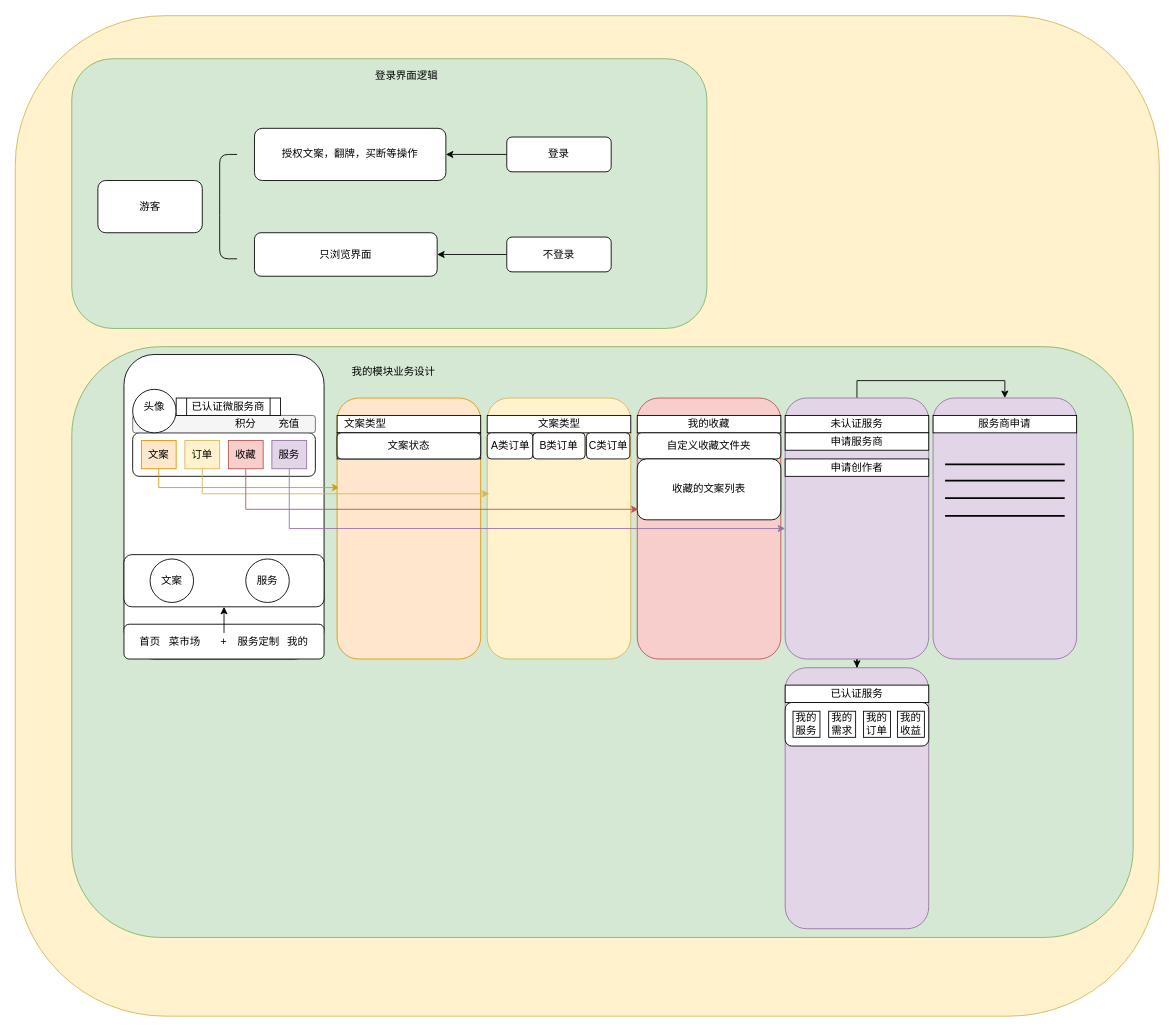
The draw.io diagram Untitled Diagram.drawio in Raox1ngj1ng/mydraw, before the edit. Source tidied: cells renumbered, new cells numbered last; positions are measured from the earlier drawing's top-left corner, leaving out a move shared by most shapes. Both pictures are drawn from the tidied source at 87%, with x=0, y=0 at pixel (15, 15).
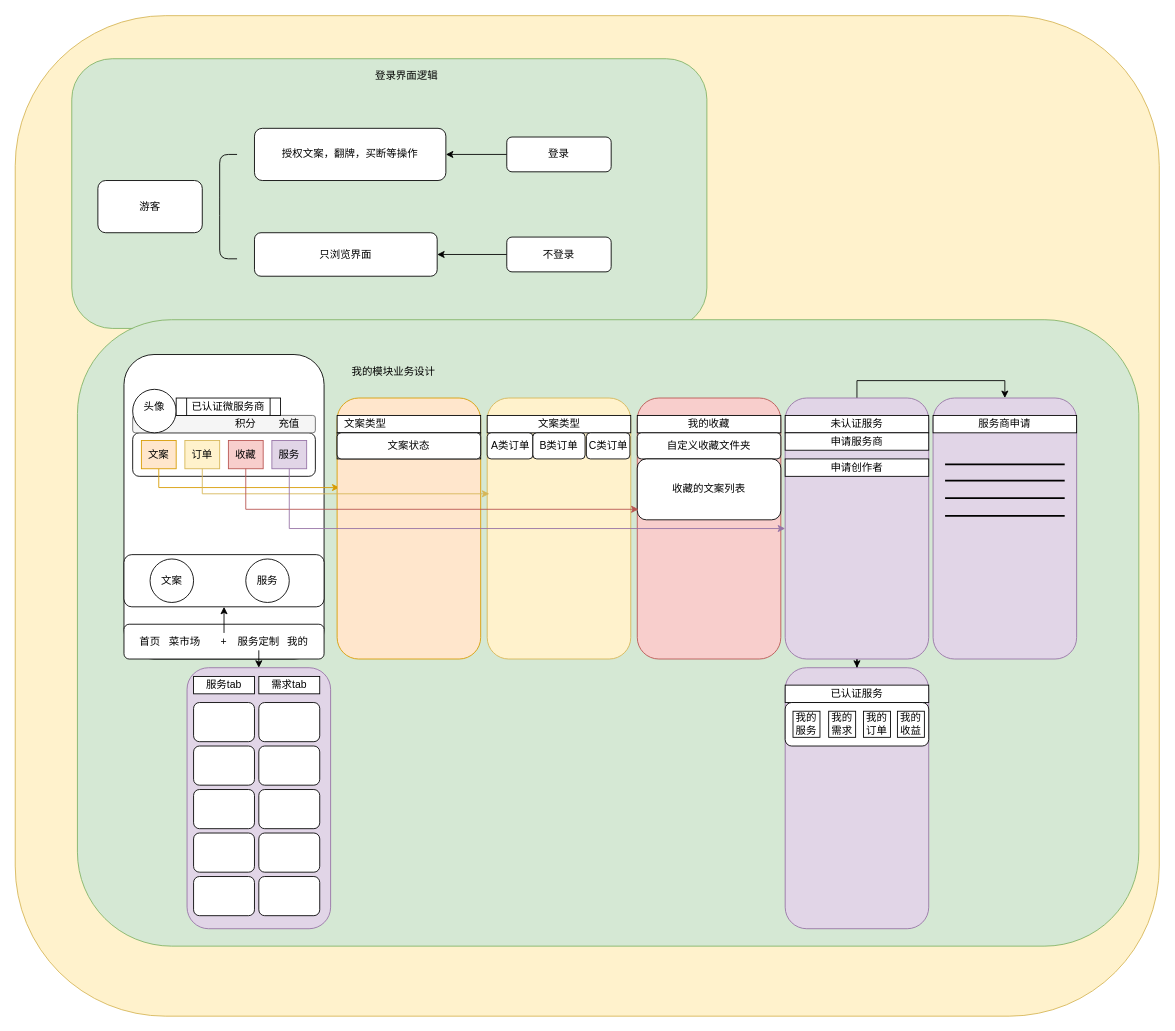
After the change.

The change refers to these unchanged cells:
```xml
<mxCell id="40" value="服务定制" style="text;html=1;strokeColor=none;fillColor=none;align=center;verticalAlign=middle;whiteSpace=wrap;rounded=0;" parent="1" vertex="1">
  <mxGeometry x="255" y="710" width="50" height="20" as="geometry" />
</mxCell>
```

Change to the diagram source:
```diff
@@
     <mxCell id="13" style="rounded=1;whiteSpace=wrap;html=1;strokeWidth=1;fillColor=#d5e8d4;strokeColor=#82b366;" parent="1" vertex="1">
-      <mxGeometry x="65" y="381" width="1220" height="679" as="geometry" />
+      <mxGeometry x="71.5" y="350" width="1220" height="720" as="geometry" />
     </mxCell>
@@
+    <mxCell id="77" style="edgeStyle=orthogonalEdgeStyle;rounded=0;jettySize=auto;html=1;exitX=0.5;exitY=1;exitDx=0;exitDy=0;entryX=0.5;entryY=0;entryDx=0;entryDy=0;" parent="1" edge="1" source="40" target="78">
+      <mxGeometry relative="1" as="geometry" />
+    </mxCell>
@@
+    <mxCell id="78" style="rounded=1;whiteSpace=wrap;html=1;strokeWidth=1;fillColor=#e1d5e7;strokeColor=#9673a6;" parent="1" vertex="1">
+      <mxGeometry x="197.5" y="750" width="165" height="300" as="geometry" />
+    </mxCell>
+    <mxCell id="79" value="服务tab" style="rounded=0;whiteSpace=wrap;html=1;" parent="1" vertex="1">
+      <mxGeometry x="205" y="760" width="70" height="20" as="geometry" />
+    </mxCell>
+    <mxCell id="80" value="需求tab" style="rounded=0;whiteSpace=wrap;html=1;" parent="1" vertex="1">
+      <mxGeometry x="280" y="760" width="70" height="20" as="geometry" />
+    </mxCell>
+    <mxCell id="81" style="rounded=1;whiteSpace=wrap;html=1;" parent="1" vertex="1">
+      <mxGeometry x="205" y="790" width="70" height="45" as="geometry" />
+    </mxCell>
+    <mxCell id="82" style="rounded=1;whiteSpace=wrap;html=1;" parent="1" vertex="1">
+      <mxGeometry x="280" y="790" width="70" height="45" as="geometry" />
+    </mxCell>
+    <mxCell id="83" style="rounded=1;whiteSpace=wrap;html=1;" parent="1" vertex="1">
+      <mxGeometry x="205" y="840" width="70" height="45" as="geometry" />
+    </mxCell>
+    <mxCell id="84" style="rounded=1;whiteSpace=wrap;html=1;" parent="1" vertex="1">
+      <mxGeometry x="280" y="840" width="70" height="45" as="geometry" />
+    </mxCell>
+    <mxCell id="85" style="rounded=1;whiteSpace=wrap;html=1;" parent="1" vertex="1">
+      <mxGeometry x="205" y="890" width="70" height="45" as="geometry" />
+    </mxCell>
+    <mxCell id="86" style="rounded=1;whiteSpace=wrap;html=1;" parent="1" vertex="1">
+      <mxGeometry x="280" y="890" width="70" height="45" as="geometry" />
+    </mxCell>
+    <mxCell id="87" style="rounded=1;whiteSpace=wrap;html=1;" parent="1" vertex="1">
+      <mxGeometry x="205" y="940" width="70" height="45" as="geometry" />
+    </mxCell>
+    <mxCell id="88" style="rounded=1;whiteSpace=wrap;html=1;" parent="1" vertex="1">
+      <mxGeometry x="280" y="940" width="70" height="45" as="geometry" />
+    </mxCell>
+    <mxCell id="89" style="rounded=1;whiteSpace=wrap;html=1;" parent="1" vertex="1">
+      <mxGeometry x="205" y="990" width="70" height="45" as="geometry" />
+    </mxCell>
+    <mxCell id="90" style="rounded=1;whiteSpace=wrap;html=1;" parent="1" vertex="1">
+      <mxGeometry x="280" y="990" width="70" height="45" as="geometry" />
+    </mxCell>
```
